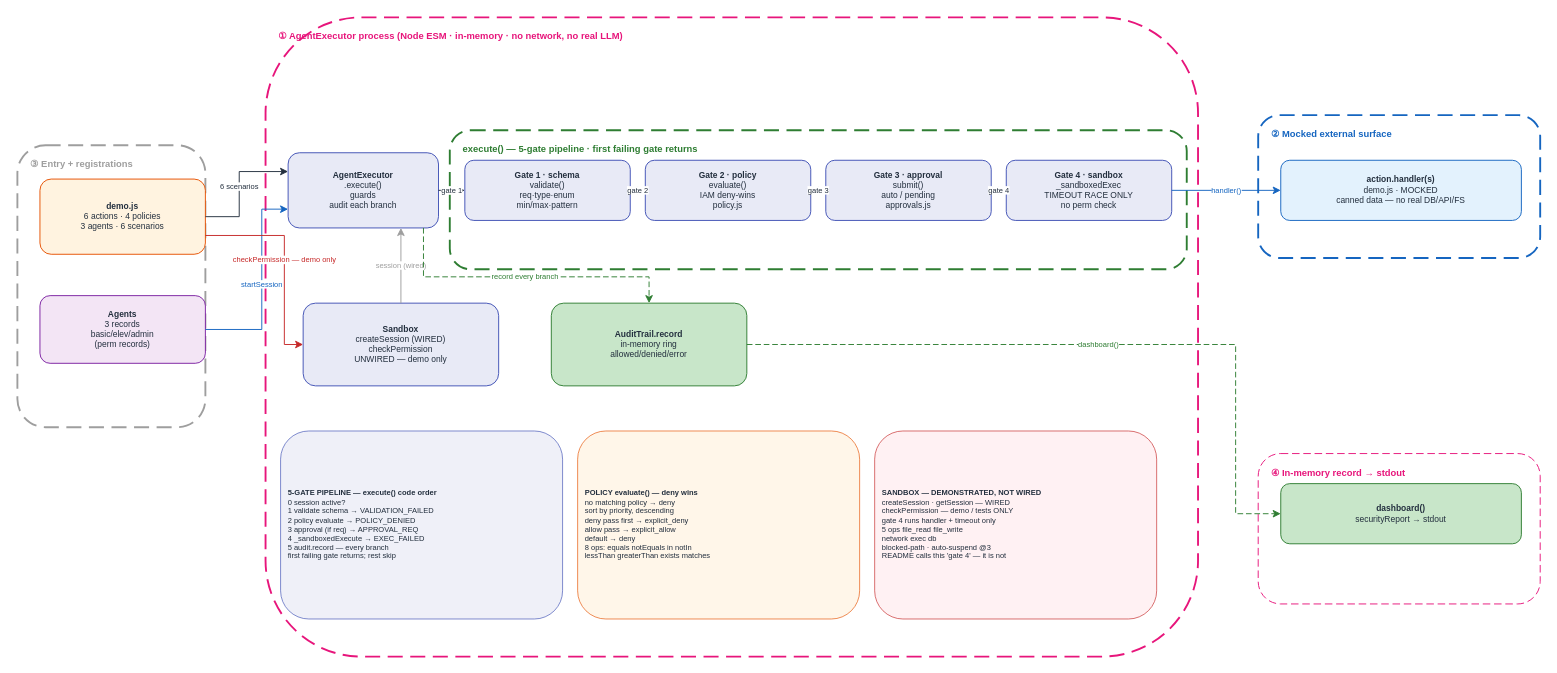
The draw.io diagram docs/diagrams/agent_executor_v1/HOA_AgentExecutor_v1.drawio in gmaheshraju/Hands-on-AgenticAI, before the edit. Source tidied: cells renumbered, new cells numbered last; positions are measured from the earlier drawing's top-left corner, leaving out a move shared by most shapes. Both pictures are drawn from the tidied source at 94%, with x=0, y=0 at pixel (17, 17).
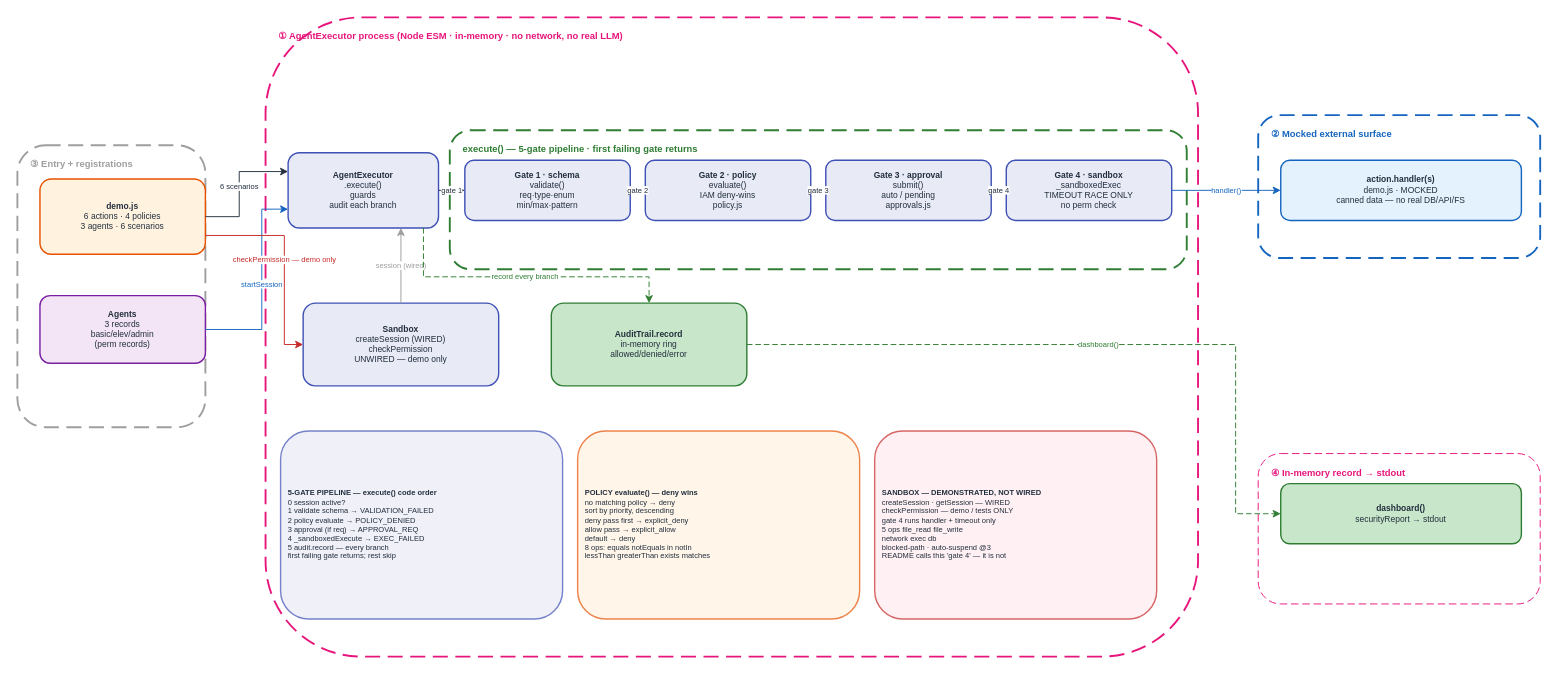
The same diagram, later.

Change to the diagram source:
```diff
@@
-    <mxCell id="12" value="&lt;b&gt;demo.js&lt;/b&gt;&lt;br&gt;6 actions · 4 policies&lt;br&gt;3 agents · 6 scenarios&lt;br&gt;" style="rounded=1;fillColor=#FFF3E0;strokeColor=#E65100;fontSize=9;fontColor=#232F3E;html=1;whiteSpace=wrap;align=center;" parent="1" vertex="1">
+    <mxCell id="12" value="&lt;b&gt;demo.js&lt;/b&gt;&lt;br&gt;6 actions · 4 policies&lt;br&gt;3 agents · 6 scenarios&lt;br&gt;" style="rounded=1;fillColor=#FFF3E0;strokeColor=#E65100;strokeWidth=1.5;fontSize=9;fontColor=#232F3E;html=1;whiteSpace=wrap;align=center;" parent="1" vertex="1">
       <mxGeometry x="24" y="172" width="176" height="80" as="geometry" />
     </mxCell>
-    <mxCell id="13" value="&lt;b&gt;Agents&lt;/b&gt;&lt;br&gt;3 records&lt;br&gt;basic/elev/admin&lt;br&gt;(perm records)" style="rounded=1;fillColor=#F3E5F5;strokeColor=#7B1FA2;fontSize=9;fontColor=#232F3E;html=1;whiteSpace=wrap;align=center;" parent="1" vertex="1">
+    <mxCell id="13" value="&lt;b&gt;Agents&lt;/b&gt;&lt;br&gt;3 records&lt;br&gt;basic/elev/admin&lt;br&gt;(perm records)" style="rounded=1;fillColor=#F3E5F5;strokeColor=#7B1FA2;strokeWidth=1.5;fontSize=9;fontColor=#232F3E;html=1;whiteSpace=wrap;align=center;" parent="1" vertex="1">
       <mxGeometry x="24" y="296" width="176" height="72" as="geometry" />
     </mxCell>
-    <mxCell id="14" value="&lt;b&gt;AgentExecutor&lt;/b&gt;&lt;br&gt;.execute()&lt;br&gt;guards&lt;br&gt;audit each branch" style="rounded=1;fillColor=#E8EAF6;strokeColor=#3F51B5;fontSize=9;fontColor=#232F3E;html=1;whiteSpace=wrap;align=center;" parent="1" vertex="1">
+    <mxCell id="14" value="&lt;b&gt;AgentExecutor&lt;/b&gt;&lt;br&gt;.execute()&lt;br&gt;guards&lt;br&gt;audit each branch" style="rounded=1;fillColor=#E8EAF6;strokeColor=#3F51B5;strokeWidth=1.5;fontSize=9;fontColor=#232F3E;html=1;whiteSpace=wrap;align=center;" parent="1" vertex="1">
       <mxGeometry x="288" y="144" width="160" height="80" as="geometry" />
     </mxCell>
-    <mxCell id="15" value="&lt;b&gt;Gate 1 · schema&lt;/b&gt;&lt;br&gt;validate()&lt;br&gt;req·type·enum&lt;br&gt;min/max·pattern" style="rounded=1;fillColor=#E8EAF6;strokeColor=#3F51B5;fontSize=9;fontColor=#232F3E;html=1;whiteSpace=wrap;align=center;" parent="1" vertex="1">
+    <mxCell id="15" value="&lt;b&gt;Gate 1 · schema&lt;/b&gt;&lt;br&gt;validate()&lt;br&gt;req·type·enum&lt;br&gt;min/max·pattern" style="rounded=1;fillColor=#E8EAF6;strokeColor=#3F51B5;strokeWidth=1.5;fontSize=9;fontColor=#232F3E;html=1;whiteSpace=wrap;align=center;" parent="1" vertex="1">
       <mxGeometry x="476" y="152" width="176" height="64" as="geometry" />
     </mxCell>
-    <mxCell id="16" value="&lt;b&gt;Gate 2 · policy&lt;/b&gt;&lt;br&gt;evaluate()&lt;br&gt;IAM deny-wins&lt;br&gt;policy.js" style="rounded=1;fillColor=#E8EAF6;strokeColor=#3F51B5;fontSize=9;fontColor=#232F3E;html=1;whiteSpace=wrap;align=center;" parent="1" vertex="1">
+    <mxCell id="16" value="&lt;b&gt;Gate 2 · policy&lt;/b&gt;&lt;br&gt;evaluate()&lt;br&gt;IAM deny-wins&lt;br&gt;policy.js" style="rounded=1;fillColor=#E8EAF6;strokeColor=#3F51B5;strokeWidth=1.5;fontSize=9;fontColor=#232F3E;html=1;whiteSpace=wrap;align=center;" parent="1" vertex="1">
       <mxGeometry x="668" y="152" width="176" height="64" as="geometry" />
     </mxCell>
-    <mxCell id="17" value="&lt;b&gt;Gate 3 · approval&lt;/b&gt;&lt;br&gt;submit()&lt;br&gt;auto / pending&lt;br&gt;approvals.js" style="rounded=1;fillColor=#E8EAF6;strokeColor=#3F51B5;fontSize=9;fontColor=#232F3E;html=1;whiteSpace=wrap;align=center;" parent="1" vertex="1">
+    <mxCell id="17" value="&lt;b&gt;Gate 3 · approval&lt;/b&gt;&lt;br&gt;submit()&lt;br&gt;auto / pending&lt;br&gt;approvals.js" style="rounded=1;fillColor=#E8EAF6;strokeColor=#3F51B5;strokeWidth=1.5;fontSize=9;fontColor=#232F3E;html=1;whiteSpace=wrap;align=center;" parent="1" vertex="1">
       <mxGeometry x="860" y="152" width="176" height="64" as="geometry" />
     </mxCell>
-    <mxCell id="18" value="&lt;b&gt;Gate 4 · sandbox&lt;/b&gt;&lt;br&gt;_sandboxedExec&lt;br&gt;TIMEOUT RACE ONLY&lt;br&gt;no perm check" style="rounded=1;fillColor=#E8EAF6;strokeColor=#3F51B5;fontSize=9;fontColor=#232F3E;html=1;whiteSpace=wrap;align=center;" parent="1" vertex="1">
+    <mxCell id="18" value="&lt;b&gt;Gate 4 · sandbox&lt;/b&gt;&lt;br&gt;_sandboxedExec&lt;br&gt;TIMEOUT RACE ONLY&lt;br&gt;no perm check" style="rounded=1;fillColor=#E8EAF6;strokeColor=#3F51B5;strokeWidth=1.5;fontSize=9;fontColor=#232F3E;html=1;whiteSpace=wrap;align=center;" parent="1" vertex="1">
       <mxGeometry x="1052" y="152" width="176" height="64" as="geometry" />
     </mxCell>
-    <mxCell id="19" value="&lt;b&gt;action.handler(s)&lt;/b&gt;&lt;br&gt;demo.js · MOCKED&lt;br&gt;canned data — no real DB/API/FS" style="rounded=1;fillColor=#E3F2FD;strokeColor=#1565C0;fontSize=9;fontColor=#232F3E;html=1;whiteSpace=wrap;align=center;" parent="1" vertex="1">
+    <mxCell id="19" value="&lt;b&gt;action.handler(s)&lt;/b&gt;&lt;br&gt;demo.js · MOCKED&lt;br&gt;canned data — no real DB/API/FS" style="rounded=1;fillColor=#E3F2FD;strokeColor=#1565C0;strokeWidth=1.5;fontSize=9;fontColor=#232F3E;html=1;whiteSpace=wrap;align=center;" parent="1" vertex="1">
       <mxGeometry x="1344" y="152" width="256" height="64" as="geometry" />
     </mxCell>
-    <mxCell id="20" value="&lt;b&gt;Sandbox&lt;/b&gt;&lt;br&gt;createSession (WIRED)&lt;br&gt;checkPermission&lt;br&gt;UNWIRED — demo only" style="rounded=1;fillColor=#E8EAF6;strokeColor=#3F51B5;fontSize=9;fontColor=#232F3E;html=1;whiteSpace=wrap;align=center;" parent="1" vertex="1">
+    <mxCell id="20" value="&lt;b&gt;Sandbox&lt;/b&gt;&lt;br&gt;createSession (WIRED)&lt;br&gt;checkPermission&lt;br&gt;UNWIRED — demo only" style="rounded=1;fillColor=#E8EAF6;strokeColor=#3F51B5;strokeWidth=1.5;fontSize=9;fontColor=#232F3E;html=1;whiteSpace=wrap;align=center;" parent="1" vertex="1">
       <mxGeometry x="304" y="304" width="208" height="88" as="geometry" />
     </mxCell>
-    <mxCell id="21" value="&lt;b&gt;AuditTrail.record&lt;/b&gt;&lt;br&gt;in-memory ring&lt;br&gt;allowed/denied/error" style="rounded=1;fillColor=#C8E6C9;strokeColor=#2E7D32;fontSize=9;fontColor=#232F3E;html=1;whiteSpace=wrap;align=center;" parent="1" vertex="1">
+    <mxCell id="21" value="&lt;b&gt;AuditTrail.record&lt;/b&gt;&lt;br&gt;in-memory ring&lt;br&gt;allowed/denied/error" style="rounded=1;fillColor=#C8E6C9;strokeColor=#2E7D32;strokeWidth=1.5;fontSize=9;fontColor=#232F3E;html=1;whiteSpace=wrap;align=center;" parent="1" vertex="1">
       <mxGeometry x="568" y="304" width="208" height="88" as="geometry" />
     </mxCell>
-    <mxCell id="22" value="&lt;b&gt;dashboard()&lt;/b&gt;&lt;br&gt;securityReport → stdout" style="rounded=1;fillColor=#C8E6C9;strokeColor=#2E7D32;fontSize=9;fontColor=#232F3E;html=1;whiteSpace=wrap;align=center;" parent="1" vertex="1">
+    <mxCell id="22" value="&lt;b&gt;dashboard()&lt;/b&gt;&lt;br&gt;securityReport → stdout" style="rounded=1;fillColor=#C8E6C9;strokeColor=#2E7D32;strokeWidth=1.5;fontSize=9;fontColor=#232F3E;html=1;whiteSpace=wrap;align=center;" parent="1" vertex="1">
       <mxGeometry x="1344" y="496" width="256" height="64" as="geometry" />
     </mxCell>
-    <mxCell id="23" value="&lt;b&gt;5-GATE PIPELINE — execute() code order&lt;/b&gt;&lt;br&gt;0 session active?&lt;br&gt;1 validate schema → VALIDATION_FAILED&lt;br&gt;2 policy evaluate → POLICY_DENIED&lt;br&gt;3 approval (if req) → APPROVAL_REQ&lt;br&gt;4 _sandboxedExecute → EXEC_FAILED&lt;br&gt;5 audit.record — every branch&lt;br&gt;first failing gate returns; rest skip" style="rounded=1;fillColor=#E8EAF6;strokeColor=#3F51B5;fontSize=8;fontColor=#232F3E;html=1;whiteSpace=wrap;align=left;spacingLeft=6;opacity=70;" parent="1" vertex="1">
+    <mxCell id="23" value="&lt;b&gt;5-GATE PIPELINE — execute() code order&lt;/b&gt;&lt;br&gt;0 session active?&lt;br&gt;1 validate schema → VALIDATION_FAILED&lt;br&gt;2 policy evaluate → POLICY_DENIED&lt;br&gt;3 approval (if req) → APPROVAL_REQ&lt;br&gt;4 _sandboxedExecute → EXEC_FAILED&lt;br&gt;5 audit.record — every branch&lt;br&gt;first failing gate returns; rest skip" style="rounded=1;fillColor=#E8EAF6;strokeColor=#3F51B5;strokeWidth=1.5;fontSize=8;fontColor=#232F3E;html=1;whiteSpace=wrap;align=left;spacingLeft=6;opacity=70;" parent="1" vertex="1">
       <mxGeometry x="280" y="440" width="300" height="200" as="geometry" />
     </mxCell>
-    <mxCell id="24" value="&lt;b&gt;POLICY evaluate() — deny wins&lt;/b&gt;&lt;br&gt;no matching policy → deny&lt;br&gt;sort by priority, descending&lt;br&gt;deny pass first → explicit_deny&lt;br&gt;allow pass → explicit_allow&lt;br&gt;default → deny&lt;br&gt;8 ops: equals notEquals in notIn&lt;br&gt; lessThan greaterThan exists matches" style="rounded=1;fillColor=#FFF3E0;strokeColor=#E65100;fontSize=8;fontColor=#232F3E;html=1;whiteSpace=wrap;align=left;spacingLeft=6;opacity=70;" parent="1" vertex="1">
+    <mxCell id="24" value="&lt;b&gt;POLICY evaluate() — deny wins&lt;/b&gt;&lt;br&gt;no matching policy → deny&lt;br&gt;sort by priority, descending&lt;br&gt;deny pass first → explicit_deny&lt;br&gt;allow pass → explicit_allow&lt;br&gt;default → deny&lt;br&gt;8 ops: equals notEquals in notIn&lt;br&gt; lessThan greaterThan exists matches" style="rounded=1;fillColor=#FFF3E0;strokeColor=#E65100;strokeWidth=1.5;fontSize=8;fontColor=#232F3E;html=1;whiteSpace=wrap;align=left;spacingLeft=6;opacity=70;" parent="1" vertex="1">
       <mxGeometry x="596" y="440" width="300" height="200" as="geometry" />
     </mxCell>
-    <mxCell id="25" value="&lt;b&gt;SANDBOX — DEMONSTRATED, NOT WIRED&lt;/b&gt;&lt;br&gt;createSession · getSession — WIRED&lt;br&gt;checkPermission — demo / tests ONLY&lt;br&gt;gate 4 runs handler + timeout only&lt;br&gt;5 ops file_read file_write&lt;br&gt; network exec db&lt;br&gt;blocked-path · auto-suspend @3&lt;br&gt;README calls this 'gate 4' — it is not" style="rounded=1;fillColor=#FFEBEE;strokeColor=#C62828;fontSize=8;fontColor=#232F3E;html=1;whiteSpace=wrap;align=left;spacingLeft=6;opacity=70;" parent="1" vertex="1">
+    <mxCell id="25" value="&lt;b&gt;SANDBOX — DEMONSTRATED, NOT WIRED&lt;/b&gt;&lt;br&gt;createSession · getSession — WIRED&lt;br&gt;checkPermission — demo / tests ONLY&lt;br&gt;gate 4 runs handler + timeout only&lt;br&gt;5 ops file_read file_write&lt;br&gt; network exec db&lt;br&gt;blocked-path · auto-suspend @3&lt;br&gt;README calls this 'gate 4' — it is not" style="rounded=1;fillColor=#FFEBEE;strokeColor=#C62828;strokeWidth=1.5;fontSize=8;fontColor=#232F3E;html=1;whiteSpace=wrap;align=left;spacingLeft=6;opacity=70;" parent="1" vertex="1">
       <mxGeometry x="912" y="440" width="300" height="200" as="geometry" />
     </mxCell>
```
